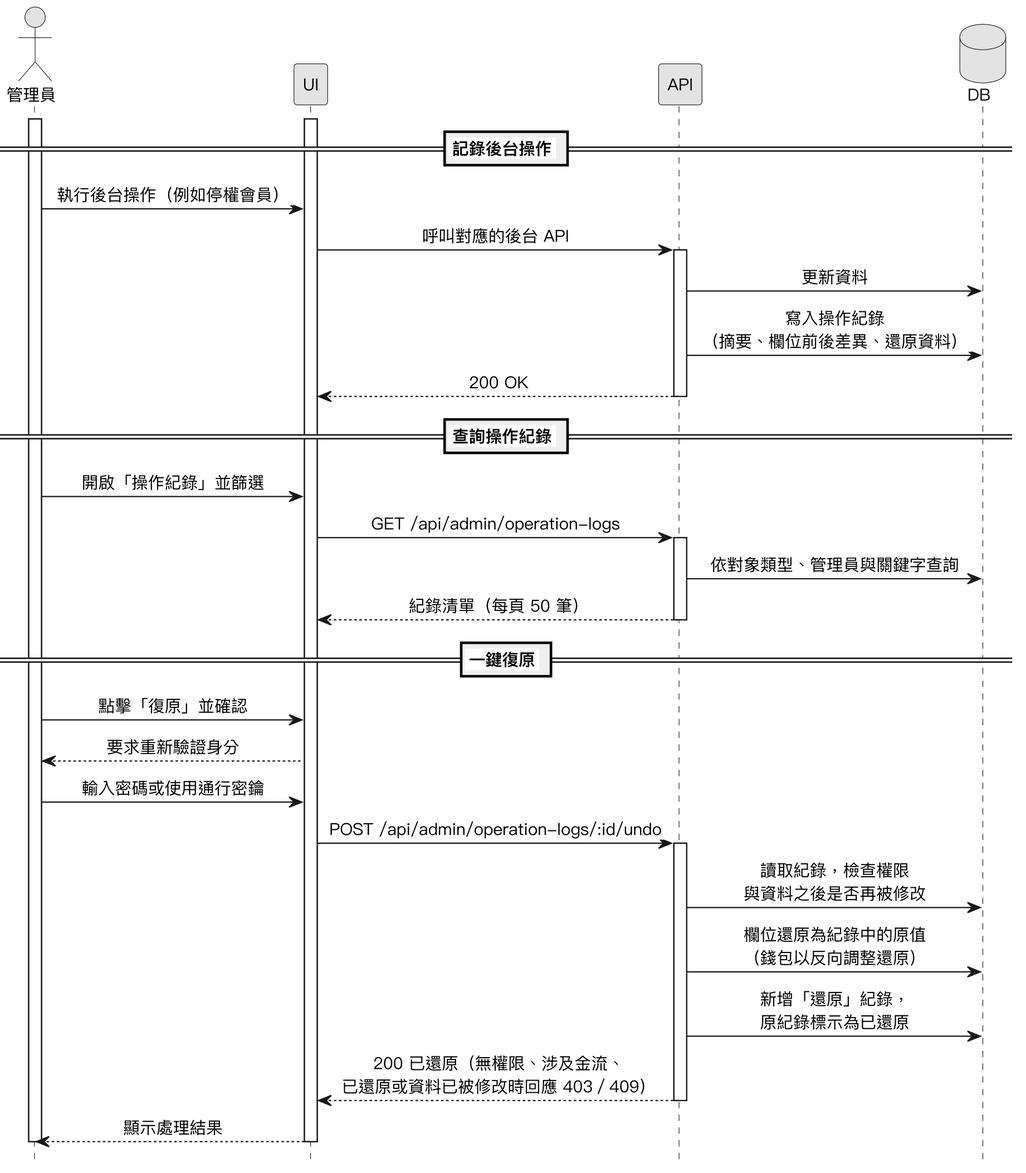
This is Diagrams/Sequence Diagrams/v3/seq_admin_audit_undo.png from SaveMyBook/SaveMyBook, a PlantUML export, as it was before one commit.
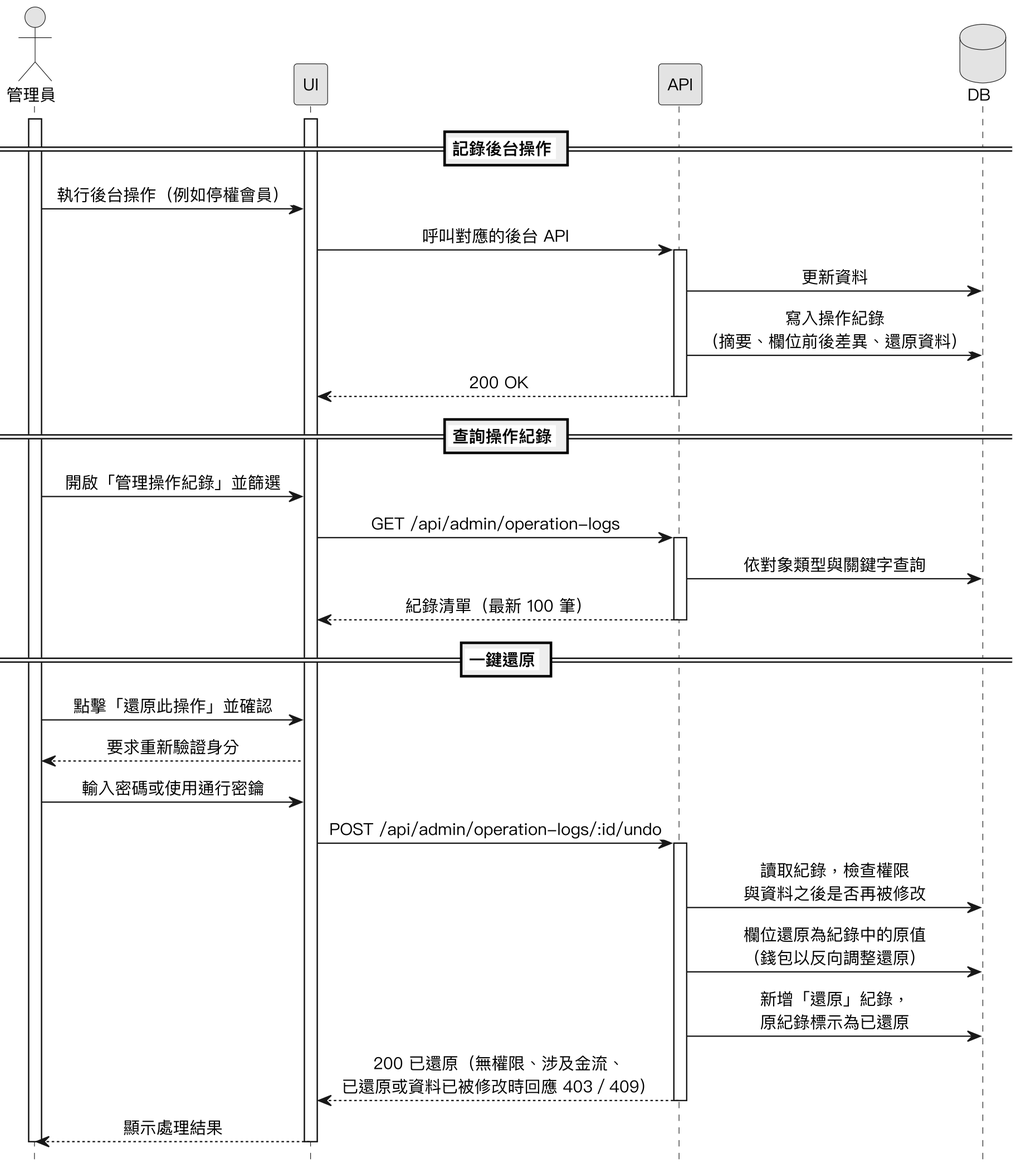
Above is the later version.

What changed in the source:
```diff
@@ -25,15 +25,15 @@
 deactivate API
 
 == 查詢操作紀錄 ==
-管理員 -> UI : 開啟「操作紀錄」並篩選
+管理員 -> UI : 開啟「管理操作紀錄」並篩選
 UI -> API : GET /api/admin/operation-logs
 activate API
-API -> DB : 依對象類型、管理員與關鍵字查詢
-API --> UI : 紀錄清單（每頁 50 筆）
+API -> DB : 依對象類型與關鍵字查詢
+API --> UI : 紀錄清單（最新 100 筆）
 deactivate API
 
-== 一鍵復原 ==
-管理員 -> UI : 點擊「復原」並確認
+== 一鍵還原 ==
+管理員 -> UI : 點擊「還原此操作」並確認
 UI --> 管理員 : 要求重新驗證身分
 管理員 -> UI : 輸入密碼或使用通行密鑰
 UI -> API : POST /api/admin/operation-logs/:id/undo
```
